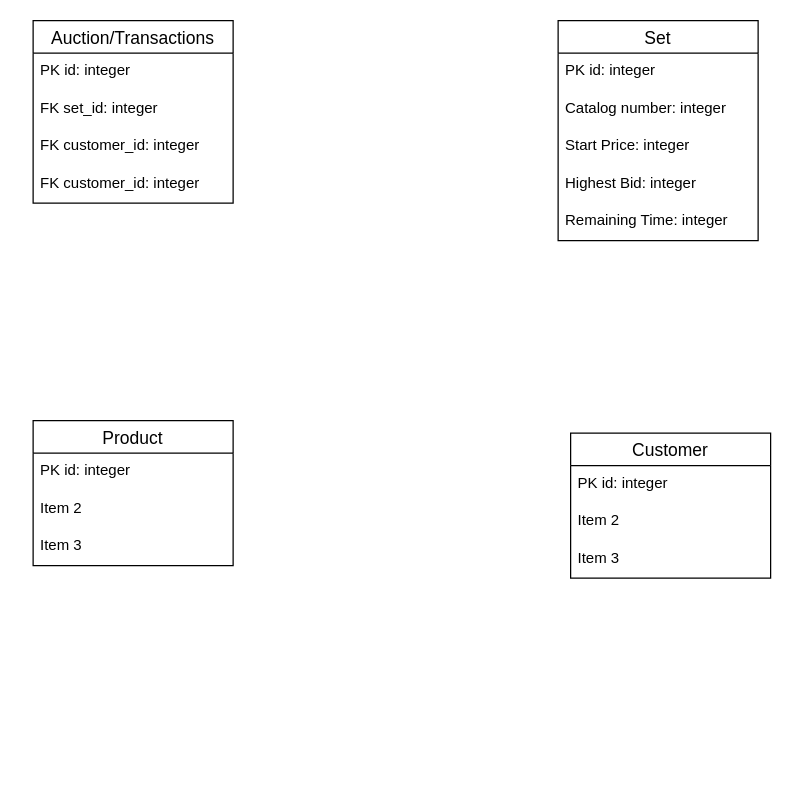
The draw.io diagram page "Page-3" (3 of 3) of auctionhouse.drawio in Arnaldo1990/Database-Development-Day-1, before the edit. Source tidied: cells renumbered, new cells numbered last; positions are measured from the earlier drawing's top-left corner, leaving out a move shared by most shapes. Both pictures are drawn from the tidied source at 125%, with x=0, y=0 at pixel (32, 20).
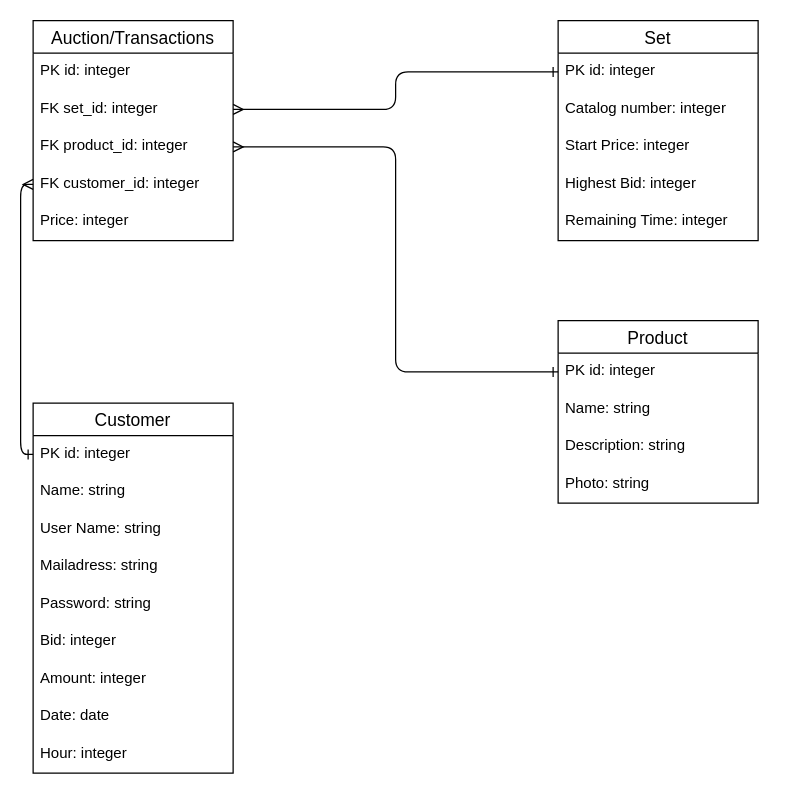
The same diagram, later.

The change refers to these unchanged cells:
```xml
<mxCell id="4" value="FK set_id: integer" style="text;strokeColor=none;fillColor=none;spacingLeft=4;spacingRight=4;overflow=hidden;points=[[0,0.5],[1,0.5]];portConstraint=eastwest;fontSize=12;" parent="2" vertex="1">
  <mxGeometry y="56" width="160" height="30" as="geometry" />
</mxCell>
<mxCell id="6" value="FK customer_id: integer" style="text;strokeColor=none;fillColor=none;spacingLeft=4;spacingRight=4;overflow=hidden;points=[[0,0.5],[1,0.5]];portConstraint=eastwest;fontSize=12;" parent="2" vertex="1">
  <mxGeometry y="116" width="160" height="30" as="geometry" />
</mxCell>
<mxCell id="8" value="PK id: integer" style="text;strokeColor=none;fillColor=none;spacingLeft=4;spacingRight=4;overflow=hidden;points=[[0,0.5],[1,0.5]];portConstraint=eastwest;fontSize=12;" parent="7" vertex="1">
  <mxGeometry y="26" width="160" height="30" as="geometry" />
</mxCell>
<mxCell id="14" value="PK id: integer" style="text;strokeColor=none;fillColor=none;spacingLeft=4;spacingRight=4;overflow=hidden;points=[[0,0.5],[1,0.5]];portConstraint=eastwest;fontSize=12;" parent="13" vertex="1">
  <mxGeometry y="26" width="160" height="30" as="geometry" />
</mxCell>
<mxCell id="18" value="PK id: integer" style="text;strokeColor=none;fillColor=none;spacingLeft=4;spacingRight=4;overflow=hidden;points=[[0,0.5],[1,0.5]];portConstraint=eastwest;fontSize=12;" parent="17" vertex="1">
  <mxGeometry y="26" width="160" height="30" as="geometry" />
</mxCell>
```

The edit, as a diff of the source:
```diff
@@
     <mxCell id="2" value="Auction/Transactions" style="swimlane;fontStyle=0;horizontal=1;startSize=26;align=center;fontSize=14;" parent="1" vertex="1">
-      <mxGeometry width="160" height="146" as="geometry" />
+      <mxGeometry width="160" height="176" as="geometry" />
     </mxCell>
@@
-    <mxCell id="5" value="FK customer_id: integer" style="text;strokeColor=none;fillColor=none;spacingLeft=4;spacingRight=4;overflow=hidden;points=[[0,0.5],[1,0.5]];portConstraint=eastwest;fontSize=12;" parent="2" vertex="1">
+    <mxCell id="5" value="FK product_id: integer" style="text;strokeColor=none;fillColor=none;spacingLeft=4;spacingRight=4;overflow=hidden;points=[[0,0.5],[1,0.5]];portConstraint=eastwest;fontSize=12;" parent="2" vertex="1">
       <mxGeometry y="86" width="160" height="30" as="geometry" />
     </mxCell>
@@
+    <mxCell id="21" value="Price: integer" style="text;strokeColor=none;fillColor=none;spacingLeft=4;spacingRight=4;overflow=hidden;fontSize=12;" parent="2" vertex="1">
+      <mxGeometry y="146" width="160" height="30" as="geometry" />
+    </mxCell>
@@
     <mxCell id="13" value="Customer" style="swimlane;fontStyle=0;horizontal=1;startSize=26;align=center;fontSize=14;" parent="1" vertex="1">
-      <mxGeometry x="430" y="330" width="160" height="116" as="geometry" />
+      <mxGeometry y="306" width="160" height="296" as="geometry" />
     </mxCell>
@@
-    <mxCell id="15" value="Item 2" style="text;strokeColor=none;fillColor=none;spacingLeft=4;spacingRight=4;overflow=hidden;fontSize=12;" parent="13" vertex="1">
+    <mxCell id="15" value="Name: string" style="text;strokeColor=none;fillColor=none;spacingLeft=4;spacingRight=4;overflow=hidden;fontSize=12;" parent="13" vertex="1">
       <mxGeometry y="56" width="160" height="30" as="geometry" />
     </mxCell>
-    <mxCell id="16" value="Item 3" style="text;strokeColor=none;fillColor=none;spacingLeft=4;spacingRight=4;overflow=hidden;fontSize=12;" parent="13" vertex="1">
+    <mxCell id="16" value="User Name: string" style="text;strokeColor=none;fillColor=none;spacingLeft=4;spacingRight=4;overflow=hidden;fontSize=12;" parent="13" vertex="1">
       <mxGeometry y="86" width="160" height="30" as="geometry" />
     </mxCell>
+    <mxCell id="22" value="Mailadress: string" style="text;strokeColor=none;fillColor=none;spacingLeft=4;spacingRight=4;overflow=hidden;fontSize=12;" parent="13" vertex="1">
+      <mxGeometry y="116" width="160" height="30" as="geometry" />
+    </mxCell>
+    <mxCell id="23" value="Password: string" style="text;strokeColor=none;fillColor=none;spacingLeft=4;spacingRight=4;overflow=hidden;fontSize=12;" parent="13" vertex="1">
+      <mxGeometry y="146" width="160" height="30" as="geometry" />
+    </mxCell>
+    <mxCell id="24" value="Bid: integer" style="text;strokeColor=none;fillColor=none;spacingLeft=4;spacingRight=4;overflow=hidden;fontSize=12;" parent="13" vertex="1">
+      <mxGeometry y="176" width="160" height="30" as="geometry" />
+    </mxCell>
+    <mxCell id="25" value="Amount: integer" style="text;strokeColor=none;fillColor=none;spacingLeft=4;spacingRight=4;overflow=hidden;fontSize=12;" parent="13" vertex="1">
+      <mxGeometry y="206" width="160" height="30" as="geometry" />
+    </mxCell>
+    <mxCell id="26" value="Date: date" style="text;strokeColor=none;fillColor=none;spacingLeft=4;spacingRight=4;overflow=hidden;fontSize=12;" parent="13" vertex="1">
+      <mxGeometry y="236" width="160" height="30" as="geometry" />
+    </mxCell>
+    <mxCell id="27" value="Hour: integer" style="text;strokeColor=none;fillColor=none;spacingLeft=4;spacingRight=4;overflow=hidden;fontSize=12;" parent="13" vertex="1">
+      <mxGeometry y="266" width="160" height="30" as="geometry" />
+    </mxCell>
     <mxCell id="17" value="Product" style="swimlane;fontStyle=0;horizontal=1;startSize=26;align=center;fontSize=14;" parent="1" vertex="1">
-      <mxGeometry y="320" width="160" height="116" as="geometry" />
+      <mxGeometry x="420" y="240" width="160" height="146" as="geometry" />
     </mxCell>
@@
-    <mxCell id="19" value="Item 2" style="text;strokeColor=none;fillColor=none;spacingLeft=4;spacingRight=4;overflow=hidden;fontSize=12;" parent="17" vertex="1">
+    <mxCell id="19" value="Name: string" style="text;strokeColor=none;fillColor=none;spacingLeft=4;spacingRight=4;overflow=hidden;fontSize=12;" parent="17" vertex="1">
       <mxGeometry y="56" width="160" height="30" as="geometry" />
     </mxCell>
-    <mxCell id="20" value="Item 3" style="text;strokeColor=none;fillColor=none;spacingLeft=4;spacingRight=4;overflow=hidden;fontSize=12;" parent="17" vertex="1">
+    <mxCell id="20" value="Description: string" style="text;strokeColor=none;fillColor=none;spacingLeft=4;spacingRight=4;overflow=hidden;fontSize=12;" parent="17" vertex="1">
       <mxGeometry y="86" width="160" height="30" as="geometry" />
     </mxCell>
+    <mxCell id="28" value="Photo: string" style="text;strokeColor=none;fillColor=none;spacingLeft=4;spacingRight=4;overflow=hidden;fontSize=12;" parent="17" vertex="1">
+      <mxGeometry y="116" width="160" height="30" as="geometry" />
+    </mxCell>
+    <mxCell id="29" style="edgeStyle=orthogonalEdgeStyle;html=1;exitX=1;exitY=0.5;exitDx=0;exitDy=0;entryX=0;entryY=0.5;entryDx=0;entryDy=0;endArrow=ERone;endFill=0;startArrow=ERmany;startFill=0;" parent="1" edge="1" source="4" target="8">
+      <mxGeometry relative="1" as="geometry" />
+    </mxCell>
+    <mxCell id="30" style="edgeStyle=orthogonalEdgeStyle;html=1;exitX=1;exitY=0.5;exitDx=0;exitDy=0;entryX=0;entryY=0.5;entryDx=0;entryDy=0;startArrow=ERmany;startFill=0;endArrow=ERone;endFill=0;" parent="1" edge="1" source="5" target="18">
+      <mxGeometry relative="1" as="geometry" />
+    </mxCell>
+    <mxCell id="31" style="edgeStyle=orthogonalEdgeStyle;html=1;exitX=0;exitY=0.5;exitDx=0;exitDy=0;entryX=0;entryY=0.5;entryDx=0;entryDy=0;startArrow=ERmany;startFill=0;endArrow=ERone;endFill=0;" parent="1" edge="1" source="6" target="14">
+      <mxGeometry relative="1" as="geometry" />
+    </mxCell>
```
